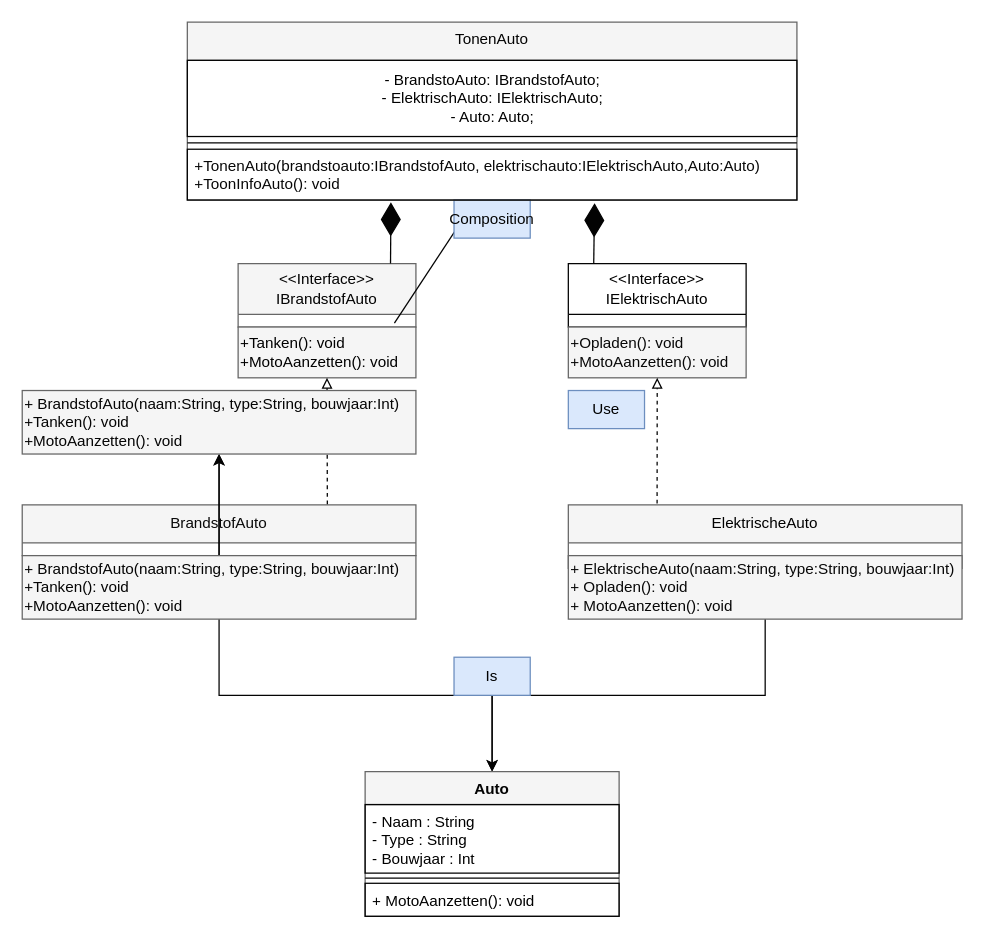
Before: Docs/UML.drawio in RamiSemmakieh/SolidOpdracht3, a draw.io diagram. Source tidied: cells renumbered, new cells numbered last; positions are measured from the earlier drawing's top-left corner, leaving out a move shared by most shapes. Both pictures are drawn from the tidied source at 127%, with x=0, y=0 at pixel (22, 22).
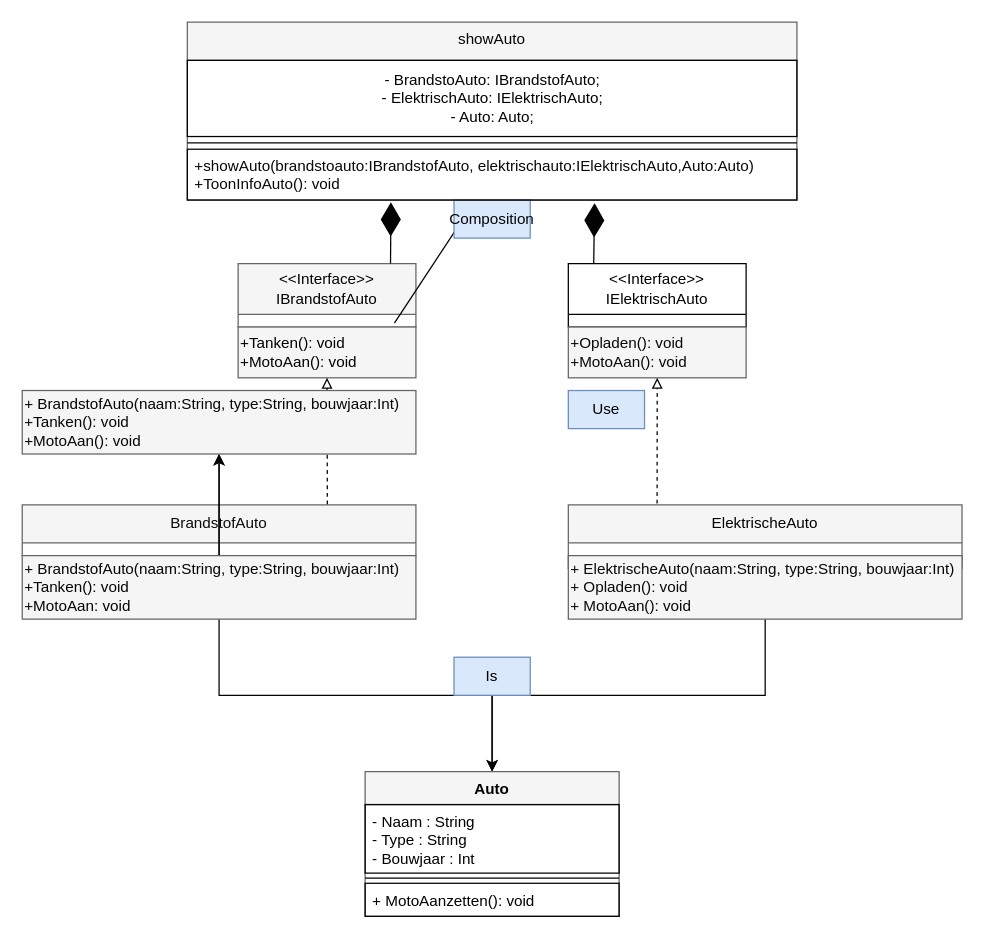
The same page after the edit.

What changed in the source:
```diff
@@
-    <mxCell id="4" value="&lt;font color=&quot;#000000&quot;&gt;+Tanken(): void&lt;br&gt;+MotoAanzetten(): void&lt;/font&gt;" style="rounded=0;whiteSpace=wrap;html=1;align=left;strokeColor=#666666;fillColor=#f5f5f5;fontColor=#333333;" parent="1" vertex="1">
+    <mxCell id="4" value="&lt;font color=&quot;#000000&quot;&gt;+Tanken(): void&lt;br&gt;+MotoAan(): void&lt;/font&gt;" style="rounded=0;whiteSpace=wrap;html=1;align=left;strokeColor=#666666;fillColor=#f5f5f5;fontColor=#333333;" parent="1" vertex="1">
       <mxGeometry x="170" y="240" width="140" height="40" as="geometry" />
     </mxCell>
@@
-    <mxCell id="6" value="&lt;font color=&quot;#080808&quot;&gt;+Opladen(): void&lt;br&gt;+MotoAanzetten(): void&lt;/font&gt;" style="rounded=0;whiteSpace=wrap;html=1;align=left;fillColor=#f5f5f5;fontColor=#333333;strokeColor=#666666;" parent="1" vertex="1">
+    <mxCell id="6" value="&lt;font color=&quot;#080808&quot;&gt;+Opladen(): void&lt;br&gt;+MotoAan(): void&lt;/font&gt;" style="rounded=0;whiteSpace=wrap;html=1;align=left;fillColor=#f5f5f5;fontColor=#333333;strokeColor=#666666;" parent="1" vertex="1">
       <mxGeometry x="430" y="240" width="140" height="40" as="geometry" />
     </mxCell>
@@
-    <mxCell id="11" value="&lt;font color=&quot;#050505&quot;&gt;+ BrandstofAuto(naam:String, type:String, bouwjaar:Int)&lt;br&gt;+Tanken(): void&lt;br&gt;+MotoAanzetten(): void&lt;/font&gt;" style="rounded=0;whiteSpace=wrap;html=1;align=left;strokeColor=#666666;fillColor=#f5f5f5;fontColor=#333333;" parent="1" vertex="1">
+    <mxCell id="11" value="&lt;font color=&quot;#050505&quot;&gt;+ BrandstofAuto(naam:String, type:String, bouwjaar:Int)&lt;br&gt;+Tanken(): void&lt;br&gt;+MotoAan: void&lt;/font&gt;" style="rounded=0;whiteSpace=wrap;html=1;align=left;strokeColor=#666666;fillColor=#f5f5f5;fontColor=#333333;" parent="1" vertex="1">
       <mxGeometry y="420" width="310" height="50" as="geometry" />
     </mxCell>
@@
-    <mxCell id="14" value="&lt;font color=&quot;#080808&quot;&gt;+ ElektrischeAuto(naam:String, type:String, bouwjaar:Int)&lt;br&gt;+ Opladen(): void&lt;br&gt;+ MotoAanzetten(): void&lt;/font&gt;" style="rounded=0;whiteSpace=wrap;html=1;align=left;strokeColor=#666666;fillColor=#f5f5f5;fontColor=#333333;" parent="1" vertex="1">
+    <mxCell id="14" value="&lt;font color=&quot;#080808&quot;&gt;+ ElektrischeAuto(naam:String, type:String, bouwjaar:Int)&lt;br&gt;+ Opladen(): void&lt;br&gt;+ MotoAan(): void&lt;/font&gt;" style="rounded=0;whiteSpace=wrap;html=1;align=left;strokeColor=#666666;fillColor=#f5f5f5;fontColor=#333333;" parent="1" vertex="1">
       <mxGeometry x="430" y="420" width="310" height="50" as="geometry" />
     </mxCell>
@@
-    <mxCell id="22" value="&lt;font style=&quot;font-weight: normal;&quot; color=&quot;#030303&quot;&gt;TonenAuto&lt;/font&gt;" style="swimlane;fontStyle=1;align=center;verticalAlign=top;horizontal=1;startSize=30;whiteSpace=wrap;html=1;strokeColor=#666666;fillColor=#f5f5f5;fontColor=#333333;" parent="1" vertex="1">
+    <mxCell id="22" value="&lt;font style=&quot;font-weight: normal;&quot; color=&quot;#030303&quot;&gt;showAuto&lt;/font&gt;" style="swimlane;fontStyle=1;align=center;verticalAlign=top;horizontal=1;startSize=30;whiteSpace=wrap;html=1;strokeColor=#666666;fillColor=#f5f5f5;fontColor=#333333;" parent="1" vertex="1">
       <mxGeometry x="130" width="480" height="140" as="geometry" />
     </mxCell>
@@
-    <mxCell id="25" value="&lt;font color=&quot;#080808&quot;&gt;+TonenAuto(brandstoauto:IBrandstofAuto, elektrischauto:IElektrischAuto,&lt;span style=&quot;text-align: center;&quot;&gt;Auto:Auto&lt;/span&gt;)&lt;br&gt;+ToonInfoAuto(): void&lt;/font&gt;" style="text;align=left;verticalAlign=top;spacingLeft=4;spacingRight=4;overflow=hidden;points=[[0,0.5],[1,0.5]];portConstraint=eastwest;whiteSpace=wrap;html=1;strokeColor=#030303;" parent="22" vertex="1">
+    <mxCell id="25" value="&lt;font color=&quot;#080808&quot;&gt;+showAuto(brandstoauto:IBrandstofAuto, elektrischauto:IElektrischAuto,&lt;span style=&quot;text-align: center;&quot;&gt;Auto:Auto&lt;/span&gt;)&lt;br&gt;+ToonInfoAuto(): void&lt;/font&gt;" style="text;align=left;verticalAlign=top;spacingLeft=4;spacingRight=4;overflow=hidden;points=[[0,0.5],[1,0.5]];portConstraint=eastwest;whiteSpace=wrap;html=1;strokeColor=#030303;" parent="22" vertex="1">
       <mxGeometry y="100" width="480" height="40" as="geometry" />
     </mxCell>
@@
-    <mxCell id="31" value="&lt;font color=&quot;#050505&quot;&gt;+ BrandstofAuto(naam:String, type:String, bouwjaar:Int)&lt;br&gt;+Tanken(): void&lt;br&gt;+MotoAanzetten(): void&lt;/font&gt;" style="rounded=0;whiteSpace=wrap;html=1;align=left;strokeColor=#666666;fillColor=#f5f5f5;fontColor=#333333;" parent="1" vertex="1">
+    <mxCell id="31" value="&lt;font color=&quot;#050505&quot;&gt;+ BrandstofAuto(naam:String, type:String, bouwjaar:Int)&lt;br&gt;+Tanken(): void&lt;br&gt;+MotoAan(): void&lt;/font&gt;" style="rounded=0;whiteSpace=wrap;html=1;align=left;strokeColor=#666666;fillColor=#f5f5f5;fontColor=#333333;" parent="1" vertex="1">
       <mxGeometry y="290" width="310" height="50" as="geometry" />
     </mxCell>
```
